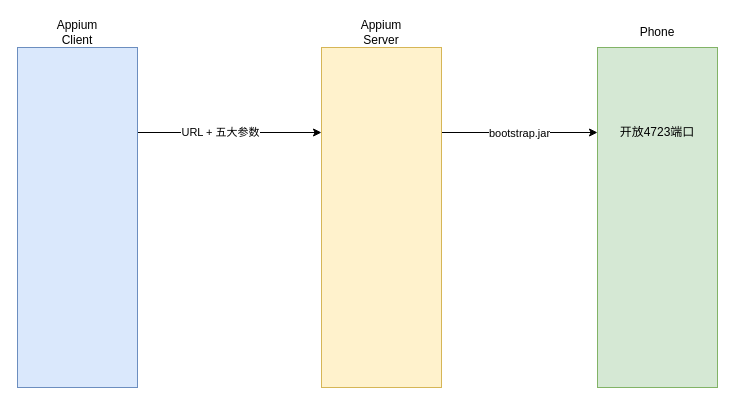
Before: draw/未命名绘图.drawio in itian932/resource, a draw.io diagram. Source tidied: cells renumbered, new cells numbered last; positions are measured from the earlier drawing's top-left corner, leaving out a move shared by most shapes. Both pictures are drawn from the tidied source at 100%, with x=0, y=0 at pixel (17, 17).
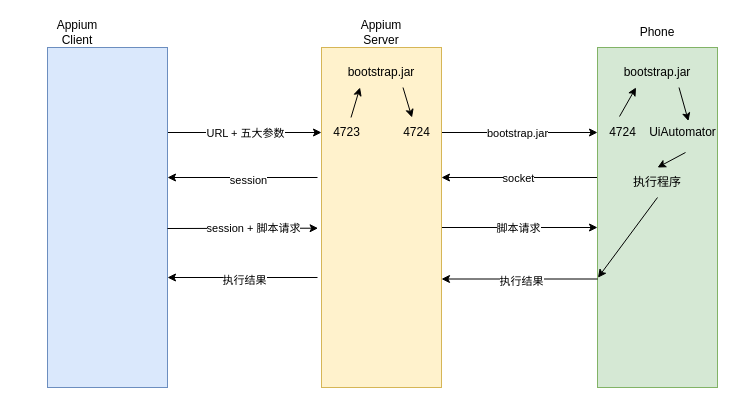
After the change.

Unchanged cells that the change refers to:
```xml
<mxCell id="2" style="edgeStyle=orthogonalEdgeStyle;rounded=0;jettySize=auto;html=1;exitX=1;exitY=0.25;exitDx=0;exitDy=0;entryX=0;entryY=0.25;entryDx=0;entryDy=0;" parent="1" edge="1" source="4" target="8">
  <mxGeometry relative="1" as="geometry" />
</mxCell>
<mxCell id="5" style="rounded=0;whiteSpace=wrap;html=1;fillColor=#d5e8d4;strokeColor=#82b366;" parent="1" vertex="1">
  <mxGeometry x="580" y="30" width="120" height="340" as="geometry" />
</mxCell>
<mxCell id="6" style="edgeStyle=orthogonalEdgeStyle;rounded=0;jettySize=auto;html=1;exitX=1;exitY=0.25;exitDx=0;exitDy=0;entryX=0;entryY=0.25;entryDx=0;entryDy=0;" parent="1" edge="1" source="8" target="5">
  <mxGeometry relative="1" as="geometry" />
</mxCell>
<mxCell id="8" style="rounded=0;whiteSpace=wrap;html=1;fillColor=#fff2cc;strokeColor=#d6b656;" parent="1" vertex="1">
  <mxGeometry x="304" y="30" width="120" height="340" as="geometry" />
</mxCell>
```

Change to the diagram source:
```diff
@@
     <mxCell id="3" value="URL + 五大参数" style="edgeLabel;html=1;align=center;verticalAlign=middle;" parent="2" vertex="1">
-      <mxGeometry x="-0.11" y="1" relative="1" as="geometry" />
+      <mxGeometry x="-0.11" y="1" relative="1" as="geometry">
+        <mxPoint x="8" y="1" as="offset" />
+      </mxGeometry>
     </mxCell>
     <mxCell id="4" style="rounded=0;whiteSpace=wrap;html=1;fillColor=#dae8fc;strokeColor=#6c8ebf;" parent="1" vertex="1">
-      <mxGeometry y="30" width="120" height="340" as="geometry" />
+      <mxGeometry x="30" y="30" width="120" height="340" as="geometry" />
     </mxCell>
+    <mxCell id="13" style="edgeStyle=orthogonalEdgeStyle;rounded=0;jettySize=auto;html=1;exitX=0;exitY=0.5;exitDx=0;exitDy=0;" parent="1" edge="1" source="5" target="8">
+      <mxGeometry relative="1" as="geometry">
+        <Array as="points">
+          <mxPoint x="580" y="160" />
+        </Array>
+      </mxGeometry>
+    </mxCell>
+    <mxCell id="14" value="socket" style="edgeLabel;html=1;align=center;verticalAlign=middle;" parent="13" vertex="1">
+      <mxGeometry x="0.03" relative="1" as="geometry">
+        <mxPoint x="-19" as="offset" />
+      </mxGeometry>
+    </mxCell>
@@
     <mxCell id="7" value="bootstrap.jar" style="edgeLabel;html=1;align=center;verticalAlign=middle;" parent="6" vertex="1">
-      <mxGeometry x="-0.01" relative="1" as="geometry" />
+      <mxGeometry x="-0.04" y="-1" relative="1" as="geometry">
+        <mxPoint y="-1" as="offset" />
+      </mxGeometry>
     </mxCell>
+    <mxCell id="15" style="edgeStyle=orthogonalEdgeStyle;rounded=0;jettySize=auto;html=1;exitX=1;exitY=0.75;exitDx=0;exitDy=0;" parent="1" edge="1" source="8">
+      <mxGeometry relative="1" as="geometry">
+        <mxPoint x="580" y="210" as="targetPoint" />
+        <Array as="points">
+          <mxPoint x="424" y="210" />
+          <mxPoint x="580" y="210" />
+        </Array>
+      </mxGeometry>
+    </mxCell>
+    <mxCell id="16" value="脚本请求" style="edgeLabel;html=1;align=center;verticalAlign=middle;" parent="15" vertex="1">
+      <mxGeometry x="-0.04" relative="1" as="geometry">
+        <mxPoint x="40" as="offset" />
+      </mxGeometry>
+    </mxCell>
@@
-    <mxCell id="12" value="开放4723端口" style="text;html=1;align=center;verticalAlign=middle;whiteSpace=wrap;rounded=0;" parent="1" vertex="1">
-      <mxGeometry x="575" y="100" width="130" height="30" as="geometry" />
-    </mxCell>
+    <mxCell id="17" value="4723" style="text;html=1;align=center;verticalAlign=middle;points=[];strokeColor=none;fillColor=none;" parent="1" vertex="1">
+      <mxGeometry x="304" y="100" width="50" height="30" as="geometry" />
+    </mxCell>
+    <mxCell id="18" value="4724" style="text;html=1;align=center;verticalAlign=middle;points=[];strokeColor=none;fillColor=none;" parent="1" vertex="1">
+      <mxGeometry x="374" y="100" width="50" height="30" as="geometry" />
+    </mxCell>
+    <mxCell id="19" value="bootstrap.jar" style="text;html=1;align=center;verticalAlign=middle;whiteSpace=wrap;rounded=0;" parent="1" vertex="1">
+      <mxGeometry x="321" y="40" width="86" height="30" as="geometry" />
+    </mxCell>
+    <mxCell id="20" style="endArrow=classic;html=1;rounded=0;entryX=0.25;entryY=1;entryDx=0;entryDy=0;" parent="1" edge="1" source="17" target="19">
+      <mxGeometry relative="1" as="geometry" />
+    </mxCell>
+    <mxCell id="21" style="endArrow=classic;html=1;rounded=0;exitX=0.75;exitY=1;exitDx=0;exitDy=0;" parent="1" edge="1" source="19" target="18">
+      <mxGeometry relative="1" as="geometry" />
+    </mxCell>
+    <mxCell id="22" style="endArrow=classic;html=1;rounded=0;entryX=1;entryY=0.5;entryDx=0;entryDy=0;" parent="1" edge="1">
+      <mxGeometry relative="1" as="geometry">
+        <mxPoint x="300" y="160" as="sourcePoint" />
+        <mxPoint x="150" y="160" as="targetPoint" />
+      </mxGeometry>
+    </mxCell>
+    <mxCell id="23" value="session" style="edgeLabel;html=1;align=center;verticalAlign=middle;" parent="22" vertex="1">
+      <mxGeometry x="0.09" y="2" relative="1" as="geometry">
+        <mxPoint x="12" as="offset" />
+      </mxGeometry>
+    </mxCell>
+    <mxCell id="24" value="bootstrap.jar" style="text;html=1;align=center;verticalAlign=middle;whiteSpace=wrap;rounded=0;" parent="1" vertex="1">
+      <mxGeometry x="597" y="40" width="86" height="30" as="geometry" />
+    </mxCell>
+    <mxCell id="25" value="4724" style="text;html=1;align=center;verticalAlign=middle;points=[];strokeColor=none;fillColor=none;" parent="1" vertex="1">
+      <mxGeometry x="580" y="100" width="50" height="30" as="geometry" />
+    </mxCell>
+    <mxCell id="26" style="endArrow=classic;html=1;rounded=0;exitX=0.44;exitY=-0.033;exitDx=0;exitDy=0;exitPerimeter=0;entryX=0.25;entryY=1;entryDx=0;entryDy=0;" parent="1" edge="1" source="25" target="24">
+      <mxGeometry relative="1" as="geometry" />
+    </mxCell>
+    <mxCell id="27" value="UiAutomator" style="text;html=1;align=center;verticalAlign=middle;points=[];strokeColor=none;fillColor=none;" parent="1" vertex="1">
+      <mxGeometry x="620" y="100" width="90" height="30" as="geometry" />
+    </mxCell>
+    <mxCell id="28" style="endArrow=classic;html=1;rounded=0;exitX=0.75;exitY=1;exitDx=0;exitDy=0;entryX=0.566;entryY=0.119;entryDx=0;entryDy=0;entryPerimeter=0;" parent="1" edge="1" source="24" target="27">
+      <mxGeometry relative="1" as="geometry" />
+    </mxCell>
+    <mxCell id="29" style="endArrow=classic;html=1;rounded=0;entryX=-0.029;entryY=0.578;entryDx=0;entryDy=0;entryPerimeter=0;" parent="1" edge="1">
+      <mxGeometry relative="1" as="geometry">
+        <mxPoint x="150" y="211" as="sourcePoint" />
+        <mxPoint x="300.6" y="210.7" as="targetPoint" />
+      </mxGeometry>
+    </mxCell>
+    <mxCell id="30" value="session + 脚本请求" style="edgeLabel;html=1;align=center;verticalAlign=middle;" parent="29" vertex="1">
+      <mxGeometry x="-0.06" relative="1" as="geometry">
+        <mxPoint x="15" as="offset" />
+      </mxGeometry>
+    </mxCell>
+    <mxCell id="31" style="endArrow=classic;html=1;rounded=0;exitX=-0.031;exitY=0.681;exitDx=0;exitDy=0;exitPerimeter=0;entryX=0.967;entryY=0.681;entryDx=0;entryDy=0;entryPerimeter=0;" parent="1" edge="1">
+      <mxGeometry relative="1" as="geometry">
+        <mxPoint x="580.2" y="261.5" as="sourcePoint" />
+        <mxPoint x="424" y="261.5" as="targetPoint" />
+      </mxGeometry>
+    </mxCell>
+    <mxCell id="32" value="执行结果" style="edgeLabel;html=1;align=center;verticalAlign=middle;" parent="31" vertex="1">
+      <mxGeometry x="-0.01" y="2" relative="1" as="geometry" />
+    </mxCell>
+    <mxCell id="33" style="endArrow=classic;html=1;rounded=0;entryX=0.967;entryY=0.681;entryDx=0;entryDy=0;entryPerimeter=0;" parent="1" edge="1">
+      <mxGeometry relative="1" as="geometry">
+        <mxPoint x="300" y="260" as="sourcePoint" />
+        <mxPoint x="150" y="260" as="targetPoint" />
+      </mxGeometry>
+    </mxCell>
+    <mxCell id="34" value="执行结果" style="edgeLabel;html=1;align=center;verticalAlign=middle;" parent="33" vertex="1">
+      <mxGeometry x="-0.01" y="2" relative="1" as="geometry" />
+    </mxCell>
+    <mxCell id="35" style="endArrow=classic;html=1;rounded=0;entryX=0.5;entryY=0;entryDx=0;entryDy=0;" parent="1" edge="1" target="36">
+      <mxGeometry relative="1" as="geometry">
+        <mxPoint x="668" y="135" as="sourcePoint" />
+      </mxGeometry>
+    </mxCell>
+    <mxCell id="36" value="执行程序" style="text;html=1;align=center;verticalAlign=middle;whiteSpace=wrap;rounded=0;" parent="1" vertex="1">
+      <mxGeometry x="610" y="150" width="60" height="30" as="geometry" />
+    </mxCell>
+    <mxCell id="37" style="endArrow=classic;html=1;rounded=0;exitX=0.5;exitY=1;exitDx=0;exitDy=0;entryX=0.004;entryY=0.677;entryDx=0;entryDy=0;entryPerimeter=0;" parent="1" edge="1" source="36" target="5">
+      <mxGeometry relative="1" as="geometry" />
+    </mxCell>
```
